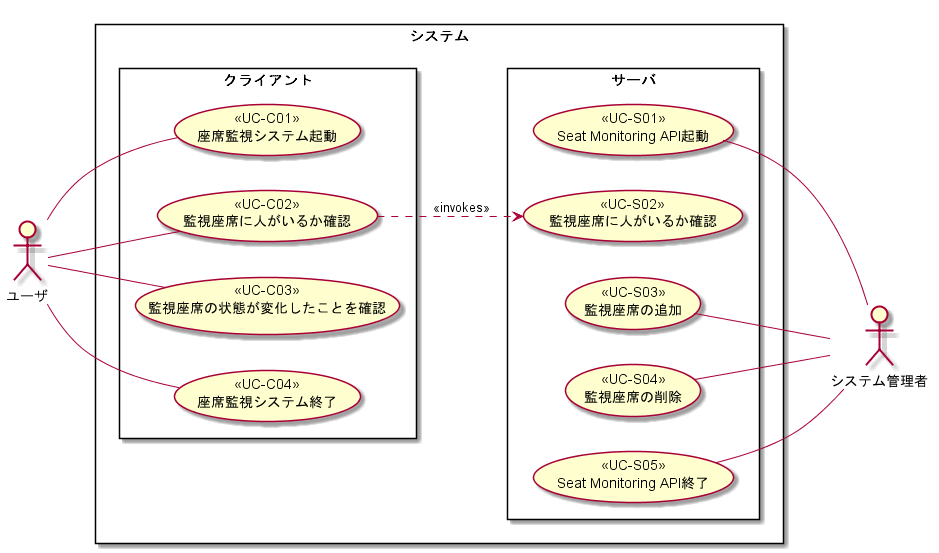
Before: doc/要件定義/文書内図/ユースケース図.png, a diagram exported from PlantUML (KeisukeSugita/Seat-monitoring-system).
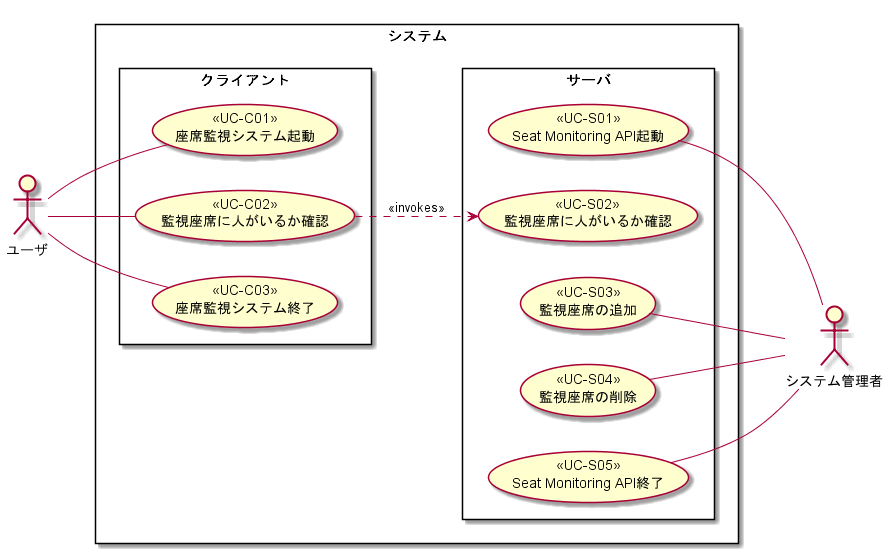
Later version of the same file.

What changed in the source:
```diff
@@ -7,8 +7,7 @@
 	rectangle クライアント {
 		ユーザ -- (<<UC-C01>> \n 座席監視システム起動)
 		ユーザ -- (<<UC-C02>> \n 監視座席に人がいるか確認)
-		ユーザ -- (<<UC-C03>> \n 監視座席の状態が変化したことを確認)
-		ユーザ -- (<<UC-C04>> \n 座席監視システム終了)
+		ユーザ -- (<<UC-C03>> \n 座席監視システム終了)
 	}
 
 	rectangle サーバ {
```
